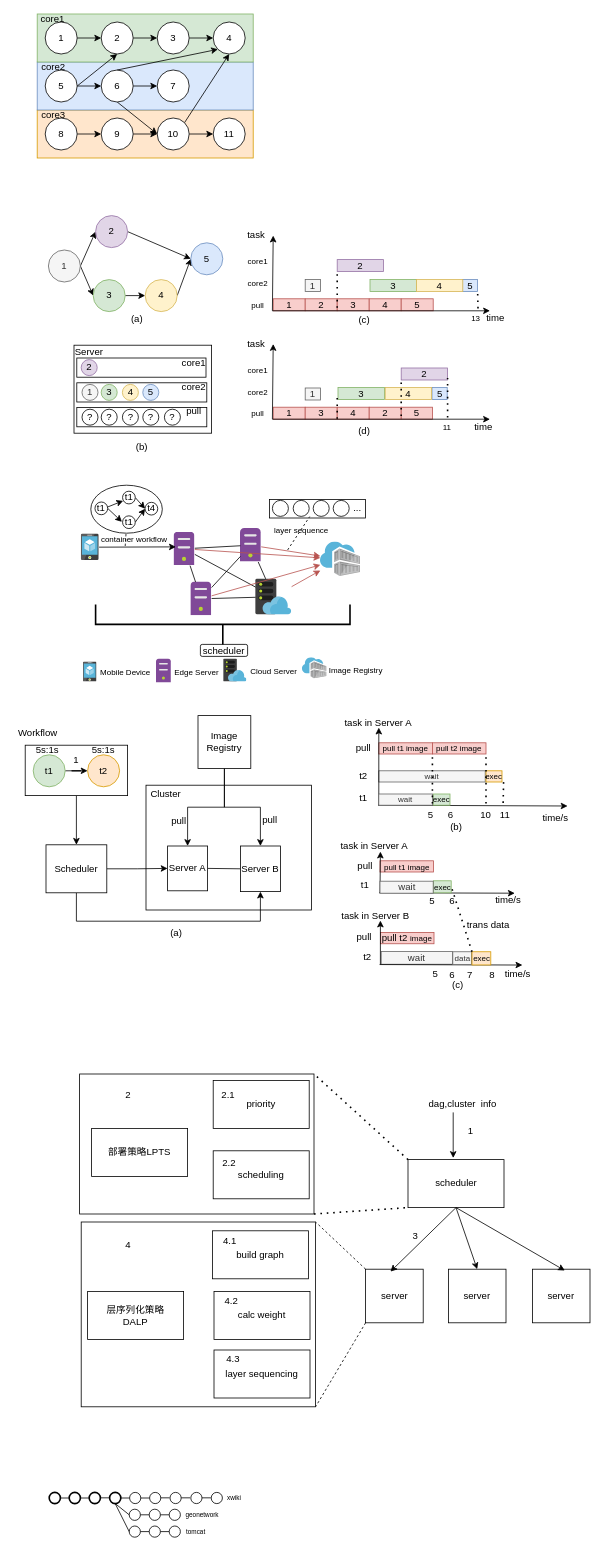
ksd11/charts keeps this draw.io diagram as research/小论文.drawio. Above is the earlier version. Source tidied: cells renumbered, new cells numbered last; positions are measured from the earlier drawing's top-left corner, leaving out a move shared by most shapes. Both pictures are drawn from the tidied source at 80%, with x=0, y=0 at pixel (14, 14).
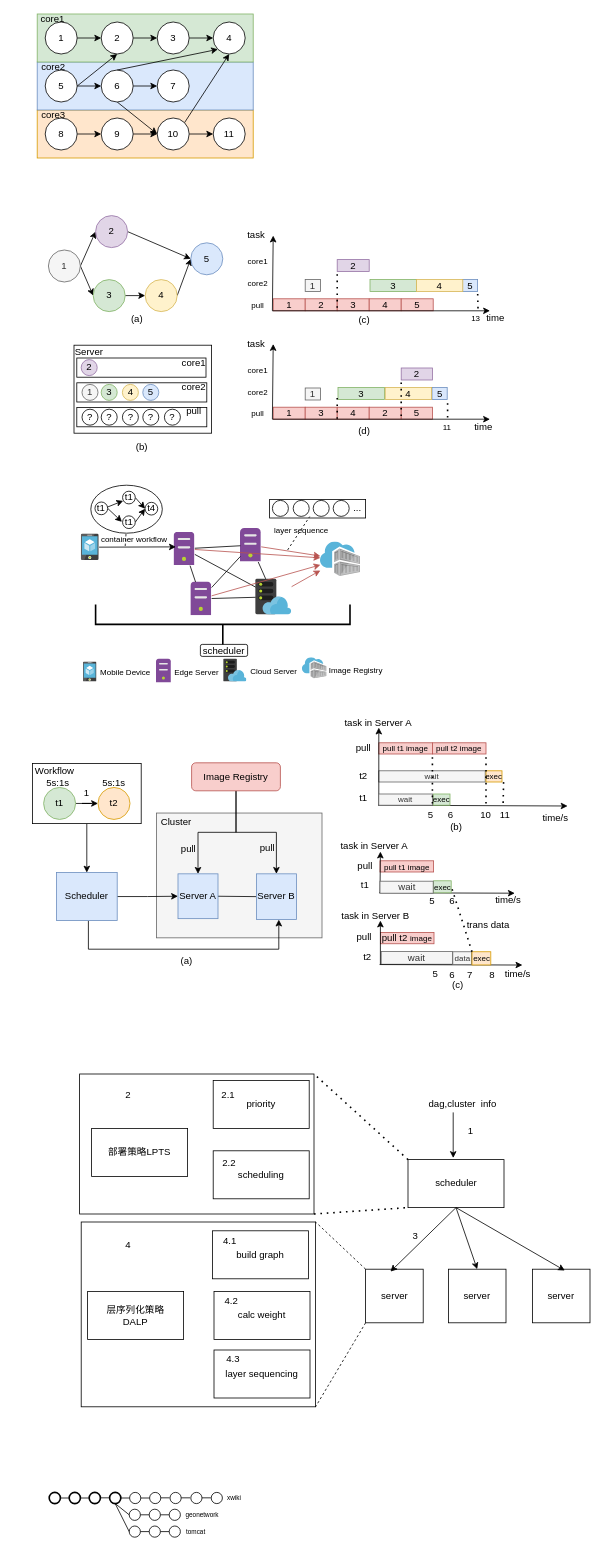
Above is the later version.

Commit message (it also covers changes not shown here):
更新小论文.drawio

Change to the diagram source:
```diff
@@
     <mxCell id="47" value="2" style="rounded=0;whiteSpace=wrap;html=1;fillColor=#e1d5e7;strokeColor=#9673a6;" parent="1" vertex="1">
-      <mxGeometry x="404" y="307" width="58" height="15" as="geometry" />
+      <mxGeometry x="404" y="307" width="40" height="15" as="geometry" />
     </mxCell>
@@
     <mxCell id="62" style="rounded=0;whiteSpace=wrap;html=1;" parent="1" vertex="1">
-      <mxGeometry x="14" y="914" width="128" height="63" as="geometry" />
+      <mxGeometry x="23" y="936.8" width="136" height="75.2" as="geometry" />
     </mxCell>
-    <mxCell id="63" style="rounded=0;whiteSpace=wrap;html=1;" parent="1" vertex="1">
-      <mxGeometry x="165" y="964" width="207" height="156" as="geometry" />
+    <mxCell id="63" style="rounded=0;whiteSpace=wrap;html=1;fillColor=#f5f5f5;strokeColor=#666666;fontColor=#333333;" parent="1" vertex="1">
+      <mxGeometry x="178" y="998.8" width="207" height="156" as="geometry" />
     </mxCell>
@@
-    <mxCell id="65" value="Server A" style="rounded=0;whiteSpace=wrap;html=1;" parent="1" vertex="1">
-      <mxGeometry x="192" y="1040" width="50" height="56" as="geometry" />
+    <mxCell id="65" value="Server A" style="rounded=0;whiteSpace=wrap;html=1;fillColor=#dae8fc;strokeColor=#6c8ebf;" parent="1" vertex="1">
+      <mxGeometry x="205" y="1074.8" width="50" height="56" as="geometry" />
     </mxCell>
-    <mxCell id="66" value="Server B" style="rounded=0;whiteSpace=wrap;html=1;" parent="1" vertex="1">
-      <mxGeometry x="283" y="1040" width="50" height="57" as="geometry" />
+    <mxCell id="66" value="Server B" style="rounded=0;whiteSpace=wrap;html=1;fillColor=#dae8fc;strokeColor=#6c8ebf;" parent="1" vertex="1">
+      <mxGeometry x="303" y="1074.8" width="50" height="57" as="geometry" />
     </mxCell>
@@
     <mxCell id="68" value="t1" style="ellipse;whiteSpace=wrap;html=1;fillColor=#d5e8d4;strokeColor=#82b366;" parent="1" vertex="1">
-      <mxGeometry x="24" y="926" width="40" height="40" as="geometry" />
+      <mxGeometry x="37" y="966.8" width="40" height="40" as="geometry" />
     </mxCell>
     <mxCell id="69" value="t2" style="ellipse;whiteSpace=wrap;html=1;fillColor=#ffe6cc;strokeColor=#d79b00;" parent="1" vertex="1">
-      <mxGeometry x="92" y="926" width="40" height="40" as="geometry" />
+      <mxGeometry x="105" y="966.8" width="40" height="40" as="geometry" />
     </mxCell>
-    <mxCell id="70" style="edgeStyle=orthogonalEdgeStyle;rounded=0;jettySize=auto;html=1;exitX=0.5;exitY=1;exitDx=0;exitDy=0;entryX=0.5;entryY=0;entryDx=0;entryDy=0;" parent="1" edge="1" source="72" target="65">
-      <mxGeometry relative="1" as="geometry" />
-    </mxCell>
-    <mxCell id="71" style="edgeStyle=orthogonalEdgeStyle;rounded=0;jettySize=auto;html=1;exitX=0.5;exitY=1;exitDx=0;exitDy=0;entryX=0.5;entryY=0;entryDx=0;entryDy=0;" parent="1" edge="1" source="72" target="66">
-      <mxGeometry relative="1" as="geometry" />
-    </mxCell>
-    <mxCell id="72" value="Image Registry" style="whiteSpace=wrap;html=1;" parent="1" vertex="1">
-      <mxGeometry x="230" y="877" width="66" height="66" as="geometry" />
-    </mxCell>
     <mxCell id="73" value="pull&amp;nbsp;" style="text;html=1;strokeColor=none;fillColor=none;align=center;verticalAlign=middle;whiteSpace=wrap;rounded=0;" parent="1" vertex="1">
-      <mxGeometry x="178" y="994" width="60" height="30" as="geometry" />
+      <mxGeometry x="190" y="1028.8" width="60" height="30" as="geometry" />
     </mxCell>
     <mxCell id="74" value="pull" style="text;html=1;strokeColor=none;fillColor=none;align=center;verticalAlign=middle;whiteSpace=wrap;rounded=0;" parent="1" vertex="1">
-      <mxGeometry x="290" y="993" width="60" height="30" as="geometry" />
+      <mxGeometry x="287" y="1027.8" width="60" height="30" as="geometry" />
     </mxCell>
     <mxCell id="75" value="1" style="text;html=1;strokeColor=none;fillColor=none;align=center;verticalAlign=middle;whiteSpace=wrap;rounded=0;" parent="1" vertex="1">
-      <mxGeometry x="48" y="918" width="60" height="30" as="geometry" />
+      <mxGeometry x="61" y="958.8" width="60" height="30" as="geometry" />
     </mxCell>
@@
-    <mxCell id="77" style="edgeStyle=orthogonalEdgeStyle;rounded=0;jettySize=auto;html=1;exitX=0.5;exitY=1;exitDx=0;exitDy=0;entryX=0.5;entryY=1;entryDx=0;entryDy=0;" parent="1" edge="1" source="78" target="66">
+    <mxCell id="77" style="edgeStyle=orthogonalEdgeStyle;rounded=0;orthogonalLoop=1;jettySize=auto;html=1;exitX=0.5;exitY=1;exitDx=0;exitDy=0;" parent="1" edge="1">
       <mxGeometry relative="1" as="geometry">
+        <mxPoint x="93" y="1133.3" as="sourcePoint" />
+        <mxPoint x="331" y="1132" as="targetPoint" />
         <Array as="points">
-          <mxPoint x="78" y="1134" />
-          <mxPoint x="308" y="1134" />
+          <mxPoint x="93" y="1169" />
+          <mxPoint x="331" y="1169" />
         </Array>
       </mxGeometry>
     </mxCell>
-    <mxCell id="78" value="Scheduler" style="rounded=0;whiteSpace=wrap;html=1;" parent="1" vertex="1">
-      <mxGeometry x="40" y="1038.5" width="76" height="60" as="geometry" />
+    <mxCell id="78" value="Scheduler" style="rounded=0;whiteSpace=wrap;html=1;fillColor=#dae8fc;strokeColor=#6c8ebf;" parent="1" vertex="1">
+      <mxGeometry x="53" y="1073.2" width="76" height="60" as="geometry" />
     </mxCell>
     <mxCell id="79" value="Workflow" style="text;html=1;strokeColor=none;fillColor=none;align=center;verticalAlign=middle;whiteSpace=wrap;rounded=0;" parent="1" vertex="1">
-      <mxGeometry y="884" width="60" height="30" as="geometry" />
+      <mxGeometry x="21" y="930.8" width="60" height="30" as="geometry" />
     </mxCell>
     <mxCell id="80" value="5s:1s" style="text;html=1;strokeColor=none;fillColor=none;align=center;verticalAlign=middle;whiteSpace=wrap;rounded=0;" parent="1" vertex="1">
-      <mxGeometry x="12" y="905" width="60" height="30" as="geometry" />
+      <mxGeometry x="25" y="945.8" width="60" height="30" as="geometry" />
     </mxCell>
     <mxCell id="81" value="5s:1s" style="text;html=1;strokeColor=none;fillColor=none;align=center;verticalAlign=middle;whiteSpace=wrap;rounded=0;" parent="1" vertex="1">
-      <mxGeometry x="82" y="905" width="60" height="30" as="geometry" />
+      <mxGeometry x="95" y="945.8" width="60" height="30" as="geometry" />
     </mxCell>
@@
     <mxCell id="120" value="Cluster" style="text;html=1;align=center;verticalAlign=middle;whiteSpace=wrap;rounded=0;" parent="1" vertex="1">
-      <mxGeometry x="160" y="960" width="60" height="30" as="geometry" />
+      <mxGeometry x="173" y="994.8" width="60" height="30" as="geometry" />
     </mxCell>
@@
     <mxCell id="146" value="(a)" style="text;html=1;align=center;verticalAlign=middle;whiteSpace=wrap;rounded=0;" parent="1" vertex="1">
-      <mxGeometry x="173" y="1134.2" width="60" height="30" as="geometry" />
+      <mxGeometry x="186" y="1169" width="60" height="30" as="geometry" />
     </mxCell>
@@
     <mxCell id="191" value="2" style="rounded=0;whiteSpace=wrap;html=1;fillColor=#e1d5e7;strokeColor=#9673a6;" parent="1" vertex="1">
-      <mxGeometry x="484" y="442.5" width="58" height="15" as="geometry" />
+      <mxGeometry x="484" y="442.5" width="39" height="15" as="geometry" />
     </mxCell>
@@
     <mxCell id="205" style="endArrow=none;dashed=1;html=1;dashPattern=1 3;strokeWidth=2;rounded=0;exitX=0;exitY=0.75;exitDx=0;exitDy=0;" parent="1" edge="1">
       <mxGeometry relative="1" as="geometry">
         <mxPoint x="542" y="504.5" as="sourcePoint" />
-        <mxPoint x="542" y="455" as="targetPoint" />
+        <mxPoint x="542" y="482" as="targetPoint" />
       </mxGeometry>
     </mxCell>
@@
+    <mxCell id="70" style="edgeStyle=orthogonalEdgeStyle;rounded=0;jettySize=auto;html=1;exitX=0.5;exitY=1;exitDx=0;exitDy=0;" parent="1" edge="1" source="72" target="65">
+      <mxGeometry relative="1" as="geometry" />
+    </mxCell>
+    <mxCell id="71" style="edgeStyle=orthogonalEdgeStyle;rounded=0;jettySize=auto;html=1;exitX=0.5;exitY=1;exitDx=0;exitDy=0;" parent="1" edge="1" source="72" target="66">
+      <mxGeometry relative="1" as="geometry" />
+    </mxCell>
+    <mxCell id="72" value="Image Registry" style="rounded=1;whiteSpace=wrap;html=1;fillColor=#f8cecc;strokeColor=#b85450;" parent="1" vertex="1">
+      <mxGeometry x="222" y="936" width="111" height="35" as="geometry" />
+    </mxCell>
```
